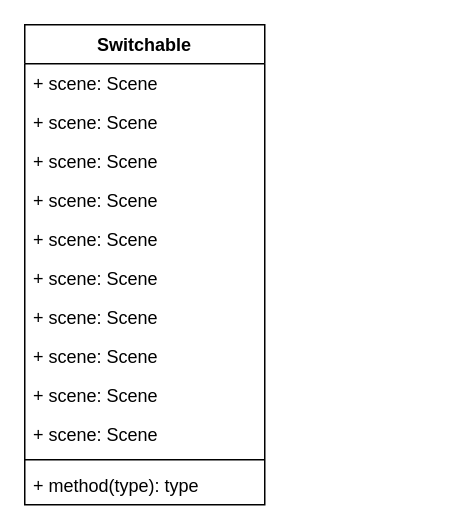
Earlier version of the draw.io diagram Untitled Diagram.drawio (sarahduong/Object-Oriented-Programming). Source tidied: cells renumbered, new cells numbered last; positions are measured from the earlier drawing's top-left corner, leaving out a move shared by most shapes. Both pictures are drawn from the tidied source at 150%, with x=0, y=0 at pixel (24, 24).
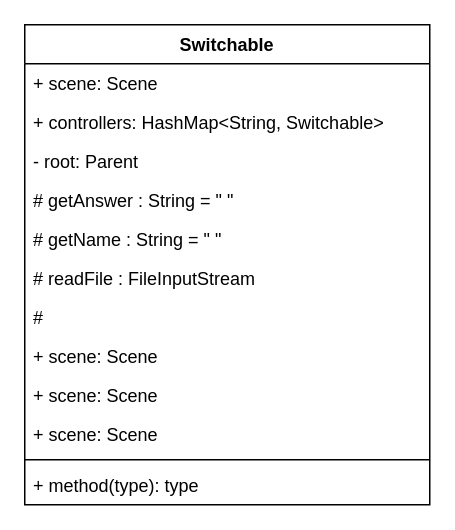
The same page after the edit.

What changed in the source:
```diff
@@
 <mxGraphModel>
   <root>
     <mxCell id="0" />
     <mxCell id="1" parent="0" />
     <mxCell id="2" value="Switchable" style="swimlane;fontStyle=1;align=center;verticalAlign=top;horizontal=1;startSize=26;" parent="1" vertex="1">
-      <mxGeometry width="160" height="320" as="geometry" />
+      <mxGeometry width="270" height="320" as="geometry" />
     </mxCell>
     <mxCell id="3" value="+ scene: Scene" style="text;strokeColor=none;fillColor=none;align=left;verticalAlign=top;spacingLeft=4;spacingRight=4;overflow=hidden;" parent="2" vertex="1">
-      <mxGeometry y="26" width="160" height="26" as="geometry" />
+      <mxGeometry y="26" width="270" height="26" as="geometry" />
     </mxCell>
-    <mxCell id="4" value="+ scene: Scene" style="text;strokeColor=none;fillColor=none;align=left;verticalAlign=top;spacingLeft=4;spacingRight=4;overflow=hidden;" parent="2" vertex="1">
-      <mxGeometry y="52" width="160" height="26" as="geometry" />
+    <mxCell id="4" value="+ controllers: HashMap&lt;String, Switchable&gt;" style="text;strokeColor=none;fillColor=none;align=left;verticalAlign=top;spacingLeft=4;spacingRight=4;overflow=hidden;" parent="2" vertex="1">
+      <mxGeometry y="52" width="270" height="26" as="geometry" />
     </mxCell>
-    <mxCell id="5" value="+ scene: Scene" style="text;strokeColor=none;fillColor=none;align=left;verticalAlign=top;spacingLeft=4;spacingRight=4;overflow=hidden;" parent="2" vertex="1">
-      <mxGeometry y="78" width="160" height="26" as="geometry" />
+    <mxCell id="5" value="- root: Parent" style="text;strokeColor=none;fillColor=none;align=left;verticalAlign=top;spacingLeft=4;spacingRight=4;overflow=hidden;" parent="2" vertex="1">
+      <mxGeometry y="78" width="270" height="26" as="geometry" />
     </mxCell>
-    <mxCell id="6" value="+ scene: Scene" style="text;strokeColor=none;fillColor=none;align=left;verticalAlign=top;spacingLeft=4;spacingRight=4;overflow=hidden;" parent="2" vertex="1">
-      <mxGeometry y="104" width="160" height="26" as="geometry" />
+    <mxCell id="6" value="# getAnswer : String = &quot; &quot;" style="text;strokeColor=none;fillColor=none;align=left;verticalAlign=top;spacingLeft=4;spacingRight=4;overflow=hidden;" parent="2" vertex="1">
+      <mxGeometry y="104" width="270" height="26" as="geometry" />
     </mxCell>
-    <mxCell id="7" value="+ scene: Scene" style="text;strokeColor=none;fillColor=none;align=left;verticalAlign=top;spacingLeft=4;spacingRight=4;overflow=hidden;" parent="2" vertex="1">
-      <mxGeometry y="130" width="160" height="26" as="geometry" />
+    <mxCell id="7" value="# getName : String = &quot; &quot;" style="text;strokeColor=none;fillColor=none;align=left;verticalAlign=top;spacingLeft=4;spacingRight=4;overflow=hidden;" parent="2" vertex="1">
+      <mxGeometry y="130" width="270" height="26" as="geometry" />
     </mxCell>
-    <mxCell id="8" value="+ scene: Scene" style="text;strokeColor=none;fillColor=none;align=left;verticalAlign=top;spacingLeft=4;spacingRight=4;overflow=hidden;" parent="2" vertex="1">
-      <mxGeometry y="156" width="160" height="26" as="geometry" />
+    <mxCell id="8" value="# readFile : FileInputStream" style="text;strokeColor=none;fillColor=none;align=left;verticalAlign=top;spacingLeft=4;spacingRight=4;overflow=hidden;" parent="2" vertex="1">
+      <mxGeometry y="156" width="270" height="26" as="geometry" />
     </mxCell>
-    <mxCell id="9" value="+ scene: Scene" style="text;strokeColor=none;fillColor=none;align=left;verticalAlign=top;spacingLeft=4;spacingRight=4;overflow=hidden;" parent="2" vertex="1">
-      <mxGeometry y="182" width="160" height="26" as="geometry" />
+    <mxCell id="9" value="# " style="text;strokeColor=none;fillColor=none;align=left;verticalAlign=top;spacingLeft=4;spacingRight=4;overflow=hidden;" parent="2" vertex="1">
+      <mxGeometry y="182" width="270" height="26" as="geometry" />
     </mxCell>
     <mxCell id="10" value="+ scene: Scene" style="text;strokeColor=none;fillColor=none;align=left;verticalAlign=top;spacingLeft=4;spacingRight=4;overflow=hidden;" parent="2" vertex="1">
-      <mxGeometry y="208" width="160" height="26" as="geometry" />
+      <mxGeometry y="208" width="270" height="26" as="geometry" />
     </mxCell>
     <mxCell id="11" value="+ scene: Scene" style="text;strokeColor=none;fillColor=none;align=left;verticalAlign=top;spacingLeft=4;spacingRight=4;overflow=hidden;" parent="2" vertex="1">
-      <mxGeometry y="234" width="160" height="26" as="geometry" />
+      <mxGeometry y="234" width="270" height="26" as="geometry" />
     </mxCell>
     <mxCell id="12" value="+ scene: Scene" style="text;strokeColor=none;fillColor=none;align=left;verticalAlign=top;spacingLeft=4;spacingRight=4;overflow=hidden;" parent="2" vertex="1">
-      <mxGeometry y="260" width="160" height="26" as="geometry" />
+      <mxGeometry y="260" width="270" height="26" as="geometry" />
     </mxCell>
     <mxCell id="13" style="line;strokeWidth=1;fillColor=none;align=left;verticalAlign=middle;spacingTop=-1;spacingLeft=3;spacingRight=3;labelPosition=right;" parent="2" vertex="1">
-      <mxGeometry y="286" width="160" height="8" as="geometry" />
+      <mxGeometry y="286" width="270" height="8" as="geometry" />
     </mxCell>
     <mxCell id="14" value="+ method(type): type" style="text;strokeColor=none;fillColor=none;align=left;verticalAlign=top;spacingLeft=4;spacingRight=4;overflow=hidden;" parent="2" vertex="1">
-      <mxGeometry y="294" width="160" height="26" as="geometry" />
+      <mxGeometry y="294" width="270" height="26" as="geometry" />
     </mxCell>
   </root>
 </mxGraphModel>
```
